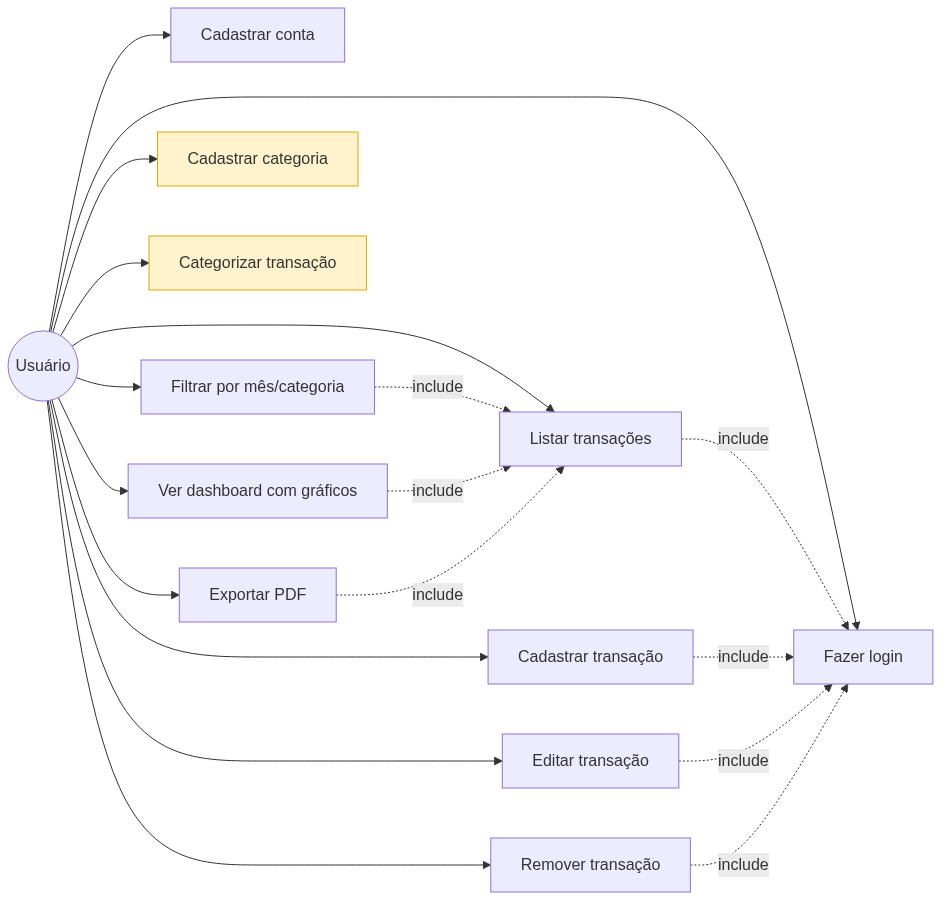
Before: docs/uml/1-casos-de-uso.png, a diagram exported from Mermaid (Beloeser/EngSoftware01_FinancasPessoais). Its source is kept beside it as docs/uml/1-casos-de-uso.mmd. The source it was exported from:
```mermaid
graph LR
    User((Usuário))

    User --> UC1[Cadastrar conta]
    User --> UC2[Fazer login]
    User --> UC3[Listar transações]
    User --> UC4[Cadastrar transação]
    User --> UC5[Editar transação]
    User --> UC6[Remover transação]
    User --> UC7[Filtrar por mês/categoria]
    User --> UC8[Cadastrar categoria]:::client
    User --> UC9[Categorizar transação]:::client
    User --> UC10[Ver dashboard com gráficos]
    User --> UC11[Exportar PDF]

    UC3 -.->|include| UC2
    UC4 -.->|include| UC2
    UC5 -.->|include| UC2
    UC6 -.->|include| UC2
    UC7 -.->|include| UC3
    UC10 -.->|include| UC3
    UC11 -.->|include| UC3

    classDef client fill:#fff3cd,stroke:#e0a800,color:#333
```
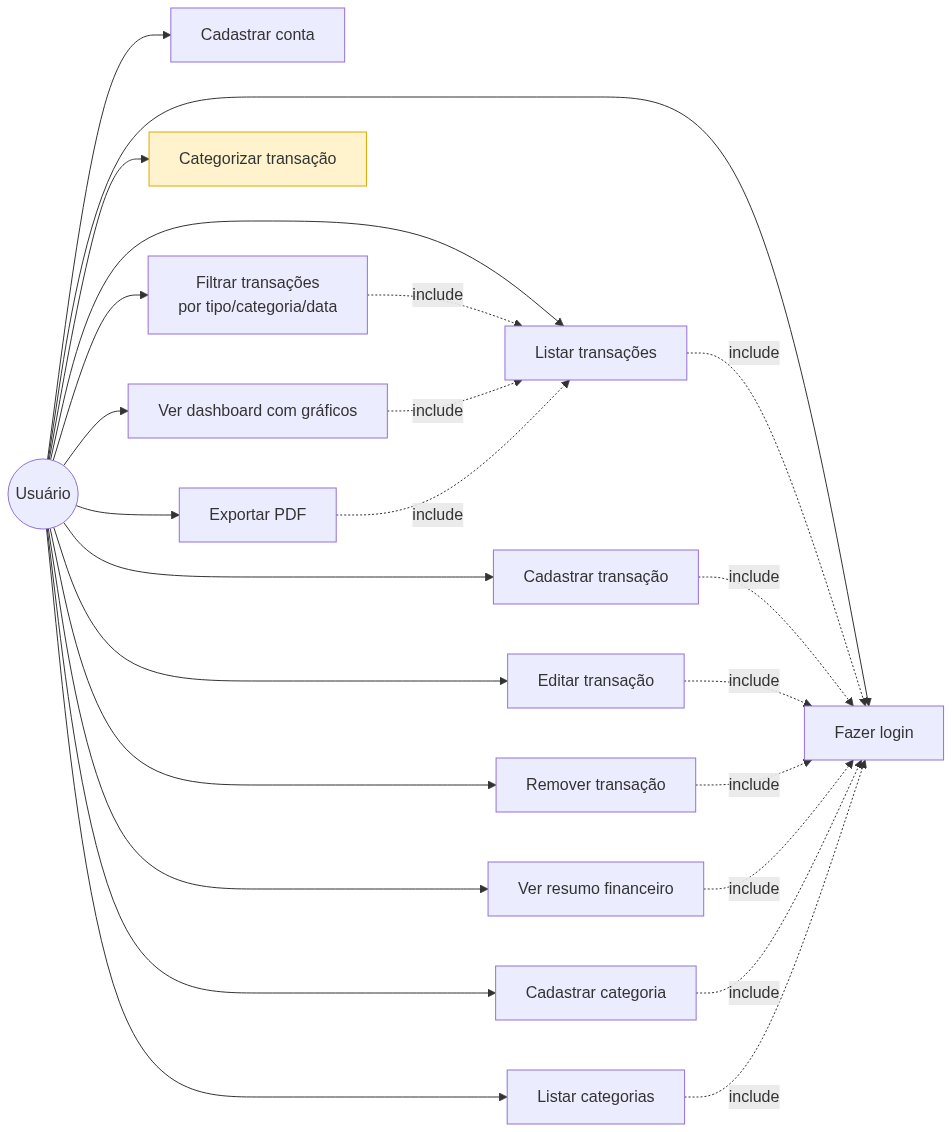
The same file after the commit.

Change to the diagram source:
```diff
@@ -7,18 +7,23 @@
     User --> UC4[Cadastrar transação]
     User --> UC5[Editar transação]
     User --> UC6[Remover transação]
-    User --> UC7[Filtrar por mês/categoria]
-    User --> UC8[Cadastrar categoria]:::client
-    User --> UC9[Categorizar transação]:::client
-    User --> UC10[Ver dashboard com gráficos]
-    User --> UC11[Exportar PDF]
+    User --> UC7[Filtrar transações<br/>por tipo/categoria/data]
+    User --> UC8[Ver resumo financeiro]
+    User --> UC9[Cadastrar categoria]
+    User --> UC10[Listar categorias]
+    User --> UC11[Categorizar transação]:::pending
+    User --> UC12[Ver dashboard com gráficos]
+    User --> UC13[Exportar PDF]
 
     UC3 -.->|include| UC2
     UC4 -.->|include| UC2
     UC5 -.->|include| UC2
     UC6 -.->|include| UC2
     UC7 -.->|include| UC3
-    UC10 -.->|include| UC3
-    UC11 -.->|include| UC3
+    UC8 -.->|include| UC2
+    UC9 -.->|include| UC2
+    UC10 -.->|include| UC2
+    UC12 -.->|include| UC3
+    UC13 -.->|include| UC3
 
-    classDef client fill:#fff3cd,stroke:#e0a800,color:#333
+    classDef pending fill:#fff3cd,stroke:#e0a800,color:#333
```
